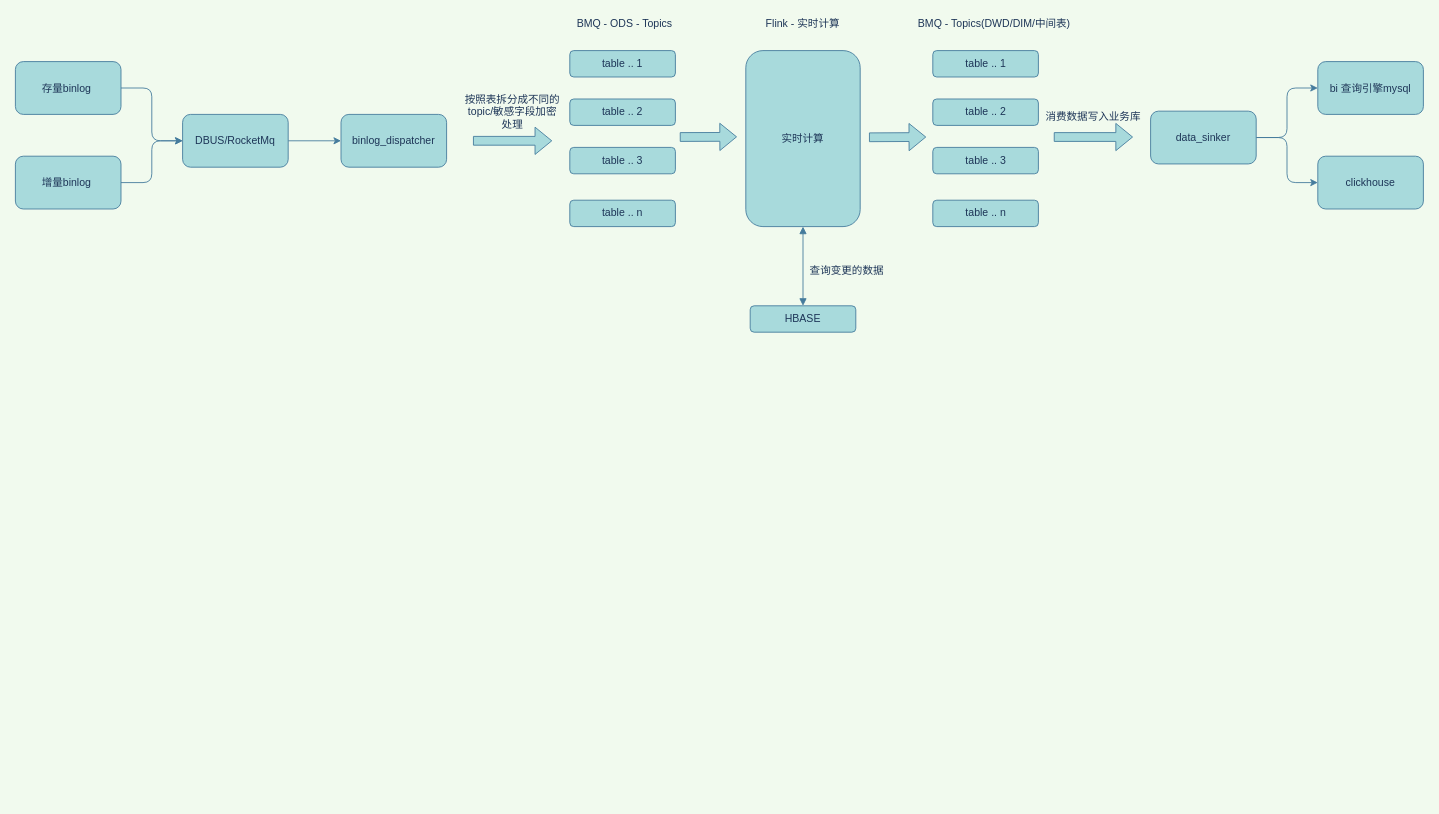
The draw.io diagram real_time_etl.drawio in cicelprg/drawio, before the edit. Source tidied: cells renumbered, new cells numbered last; positions are measured from the earlier drawing's top-left corner, leaving out a move shared by most shapes. Both pictures are drawn from the tidied source at 88%, with x=0, y=0 at pixel (15, 15).
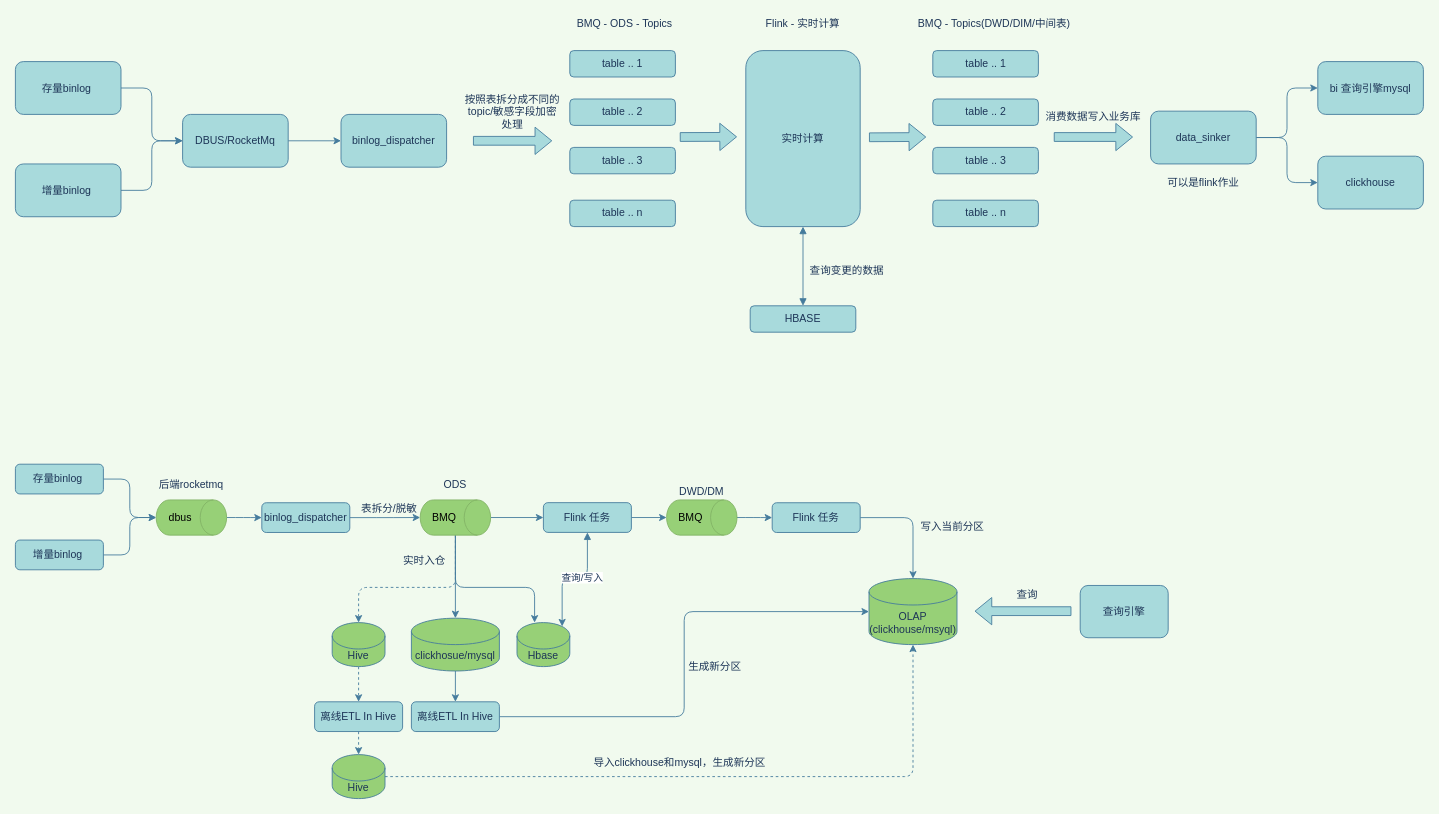
The same diagram, later.

What changed in the source:
```diff
@@
     <mxCell id="23" value="增量binlog&amp;nbsp;" style="rounded=1;whiteSpace=wrap;html=1;sketch=0;strokeColor=#457B9D;fillColor=#A8DADC;fontColor=#1D3557;" parent="1" vertex="1">
-      <mxGeometry y="160" width="120" height="60" as="geometry" />
+      <mxGeometry y="168.8" width="120" height="60" as="geometry" />
     </mxCell>
@@
+    <mxCell id="35" value="可以是flink作业" style="text;html=1;strokeColor=none;fillColor=none;align=center;verticalAlign=middle;whiteSpace=wrap;rounded=0;sketch=0;fontColor=#1D3557;" parent="1" vertex="1">
+      <mxGeometry x="1305" y="180" width="90" height="20" as="geometry" />
+    </mxCell>
+    <mxCell id="36" style="edgeStyle=orthogonalEdgeStyle;curved=0;rounded=1;sketch=0;jettySize=auto;html=1;exitX=1;exitY=0.5;exitDx=0;exitDy=0;entryX=0.5;entryY=1;entryDx=0;entryDy=0;entryPerimeter=0;strokeColor=#457B9D;fillColor=#A8DADC;fontColor=#1D3557;" parent="1" edge="1" source="37" target="43">
+      <mxGeometry relative="1" as="geometry" />
+    </mxCell>
+    <mxCell id="37" value="增量binlog&amp;nbsp;" style="rounded=1;whiteSpace=wrap;html=1;sketch=0;strokeColor=#457B9D;fillColor=#A8DADC;fontColor=#1D3557;" parent="1" vertex="1">
+      <mxGeometry y="596.2" width="100" height="33.8" as="geometry" />
+    </mxCell>
+    <mxCell id="38" style="edgeStyle=orthogonalEdgeStyle;curved=0;rounded=1;sketch=0;jettySize=auto;html=1;exitX=1;exitY=0.5;exitDx=0;exitDy=0;entryX=0.5;entryY=1;entryDx=0;entryDy=0;entryPerimeter=0;strokeColor=#457B9D;fillColor=#A8DADC;fontColor=#1D3557;" parent="1" edge="1" source="39" target="43">
+      <mxGeometry relative="1" as="geometry" />
+    </mxCell>
+    <mxCell id="39" value="存量binlog&amp;nbsp;" style="rounded=1;whiteSpace=wrap;html=1;sketch=0;strokeColor=#457B9D;fillColor=#A8DADC;fontColor=#1D3557;" parent="1" vertex="1">
+      <mxGeometry y="510" width="100" height="33.8" as="geometry" />
+    </mxCell>
+    <mxCell id="40" style="edgeStyle=orthogonalEdgeStyle;curved=0;rounded=1;sketch=0;jettySize=auto;html=1;exitX=1;exitY=0.5;exitDx=0;exitDy=0;strokeColor=#457B9D;fillColor=#A8DADC;fontColor=#1D3557;" parent="1" edge="1" source="41" target="49">
+      <mxGeometry relative="1" as="geometry" />
+    </mxCell>
+    <mxCell id="41" value="&lt;span&gt;binlog_dispatcher&lt;/span&gt;" style="rounded=1;whiteSpace=wrap;html=1;sketch=0;strokeColor=#457B9D;fillColor=#A8DADC;fontColor=#1D3557;" parent="1" vertex="1">
+      <mxGeometry x="280" y="553.8" width="100" height="33.8" as="geometry" />
+    </mxCell>
+    <mxCell id="42" style="edgeStyle=orthogonalEdgeStyle;curved=0;rounded=1;sketch=0;jettySize=auto;html=1;exitX=0.5;exitY=0;exitDx=0;exitDy=0;exitPerimeter=0;entryX=0;entryY=0.5;entryDx=0;entryDy=0;strokeColor=#457B9D;fillColor=#A8DADC;fontColor=#1D3557;" parent="1" edge="1" source="43" target="41">
+      <mxGeometry relative="1" as="geometry" />
+    </mxCell>
+    <mxCell id="43" value="dbus" style="shape=cylinder3;whiteSpace=wrap;html=1;boundedLbl=1;backgroundOutline=1;size=15;rounded=0;sketch=0;strokeColor=#82b366;direction=south;fillColor=#97D077;" parent="1" vertex="1">
+      <mxGeometry x="160" y="550.6" width="80" height="40" as="geometry" />
+    </mxCell>
+    <mxCell id="44" value="后端rocketmq" style="text;html=1;strokeColor=none;fillColor=none;align=center;verticalAlign=middle;whiteSpace=wrap;rounded=0;sketch=0;fontColor=#1D3557;" parent="1" vertex="1">
+      <mxGeometry x="155" y="523.8" width="90" height="20" as="geometry" />
+    </mxCell>
+    <mxCell id="45" style="edgeStyle=orthogonalEdgeStyle;curved=0;rounded=1;sketch=0;jettySize=auto;html=1;exitX=1;exitY=0.5;exitDx=0;exitDy=0;exitPerimeter=0;entryX=0.5;entryY=0;entryDx=0;entryDy=0;entryPerimeter=0;strokeColor=#457B9D;fillColor=#A8DADC;fontColor=#1D3557;" parent="1" edge="1" source="49" target="55">
+      <mxGeometry relative="1" as="geometry" />
+    </mxCell>
+    <mxCell id="46" style="edgeStyle=orthogonalEdgeStyle;curved=0;rounded=1;sketch=0;jettySize=auto;html=1;exitX=1;exitY=0.5;exitDx=0;exitDy=0;exitPerimeter=0;entryX=0.5;entryY=0;entryDx=0;entryDy=0;entryPerimeter=0;strokeColor=#457B9D;fillColor=#A8DADC;fontColor=#1D3557;dashed=1;" parent="1" edge="1" source="49" target="53">
+      <mxGeometry relative="1" as="geometry">
+        <Array as="points">
+          <mxPoint x="500" y="650" />
+          <mxPoint x="390" y="650" />
+        </Array>
+      </mxGeometry>
+    </mxCell>
+    <mxCell id="47" style="edgeStyle=orthogonalEdgeStyle;curved=0;rounded=1;sketch=0;jettySize=auto;html=1;exitX=1;exitY=0.5;exitDx=0;exitDy=0;exitPerimeter=0;strokeColor=#457B9D;fillColor=#A8DADC;fontColor=#1D3557;" parent="1" edge="1" source="49" target="56">
+      <mxGeometry relative="1" as="geometry">
+        <Array as="points">
+          <mxPoint x="500" y="650" />
+          <mxPoint x="590" y="650" />
+        </Array>
+      </mxGeometry>
+    </mxCell>
+    <mxCell id="48" style="edgeStyle=orthogonalEdgeStyle;curved=0;rounded=1;sketch=0;jettySize=auto;html=1;exitX=0.5;exitY=0;exitDx=0;exitDy=0;exitPerimeter=0;strokeColor=#457B9D;fillColor=#A8DADC;fontColor=#1D3557;" parent="1" edge="1" source="49" target="60">
+      <mxGeometry relative="1" as="geometry" />
+    </mxCell>
+    <mxCell id="49" value="BMQ" style="shape=cylinder3;whiteSpace=wrap;html=1;boundedLbl=1;backgroundOutline=1;size=15;rounded=0;sketch=0;strokeColor=#82b366;direction=south;fillColor=#97D077;" parent="1" vertex="1">
+      <mxGeometry x="460" y="550.6" width="80" height="40" as="geometry" />
+    </mxCell>
+    <mxCell id="50" value="ODS" style="text;html=1;strokeColor=none;fillColor=none;align=center;verticalAlign=middle;whiteSpace=wrap;rounded=0;sketch=0;fontColor=#1D3557;" parent="1" vertex="1">
+      <mxGeometry x="480" y="523.8" width="40" height="20" as="geometry" />
+    </mxCell>
+    <mxCell id="51" value="表拆分/脱敏" style="text;html=1;strokeColor=none;fillColor=none;align=center;verticalAlign=middle;whiteSpace=wrap;rounded=0;sketch=0;fontColor=#1D3557;" parent="1" vertex="1">
+      <mxGeometry x="380" y="550.6" width="90" height="20" as="geometry" />
+    </mxCell>
+    <mxCell id="52" style="edgeStyle=orthogonalEdgeStyle;curved=0;rounded=1;sketch=0;jettySize=auto;html=1;exitX=0.5;exitY=1;exitDx=0;exitDy=0;exitPerimeter=0;entryX=0.5;entryY=0;entryDx=0;entryDy=0;startArrow=none;startFill=0;strokeColor=#457B9D;fillColor=#A8DADC;fontColor=#1D3557;dashed=1;" parent="1" edge="1" source="53" target="69">
+      <mxGeometry relative="1" as="geometry" />
+    </mxCell>
+    <mxCell id="53" value="Hive" style="shape=cylinder3;whiteSpace=wrap;html=1;boundedLbl=1;backgroundOutline=1;size=15;rounded=0;sketch=0;strokeColor=#457B9D;fillColor=#97D077;fontColor=#1D3557;" parent="1" vertex="1">
+      <mxGeometry x="360" y="690" width="60" height="50" as="geometry" />
+    </mxCell>
+    <mxCell id="54" style="edgeStyle=orthogonalEdgeStyle;curved=0;rounded=1;sketch=0;jettySize=auto;html=1;exitX=0.5;exitY=1;exitDx=0;exitDy=0;exitPerimeter=0;entryX=0.5;entryY=0;entryDx=0;entryDy=0;startArrow=none;startFill=0;strokeColor=#457B9D;fillColor=#A8DADC;fontColor=#1D3557;" parent="1" edge="1" source="55" target="74">
+      <mxGeometry relative="1" as="geometry" />
+    </mxCell>
+    <mxCell id="55" value="clickhosue/mysql" style="shape=cylinder3;whiteSpace=wrap;html=1;boundedLbl=1;backgroundOutline=1;size=15;rounded=0;sketch=0;strokeColor=#457B9D;fillColor=#97D077;fontColor=#1D3557;" parent="1" vertex="1">
+      <mxGeometry x="450" y="685" width="100" height="60" as="geometry" />
+    </mxCell>
+    <mxCell id="56" value="Hbase" style="shape=cylinder3;whiteSpace=wrap;html=1;boundedLbl=1;backgroundOutline=1;size=15;rounded=0;sketch=0;strokeColor=#457B9D;fillColor=#97D077;fontColor=#1D3557;" parent="1" vertex="1">
+      <mxGeometry x="570" y="690" width="60" height="50" as="geometry" />
+    </mxCell>
+    <mxCell id="57" style="edgeStyle=orthogonalEdgeStyle;curved=0;rounded=1;sketch=0;jettySize=auto;html=1;exitX=0.5;exitY=1;exitDx=0;exitDy=0;entryX=0.855;entryY=0;entryDx=0;entryDy=4.35;entryPerimeter=0;strokeColor=#457B9D;fillColor=#A8DADC;fontColor=#1D3557;startArrow=block;startFill=1;" parent="1" edge="1" source="60" target="56">
+      <mxGeometry relative="1" as="geometry" />
+    </mxCell>
+    <mxCell id="58" value="查询/写入" style="edgeLabel;html=1;align=center;verticalAlign=middle;fontColor=#1D3557;" parent="57" vertex="1">
+      <mxGeometry x="-0.14" relative="1" as="geometry" />
+    </mxCell>
+    <mxCell id="59" style="edgeStyle=orthogonalEdgeStyle;curved=0;rounded=1;sketch=0;jettySize=auto;html=1;exitX=1;exitY=0.5;exitDx=0;exitDy=0;entryX=0.5;entryY=1;entryDx=0;entryDy=0;entryPerimeter=0;startArrow=none;startFill=0;strokeColor=#457B9D;fillColor=#A8DADC;fontColor=#1D3557;" parent="1" edge="1" source="60" target="63">
+      <mxGeometry relative="1" as="geometry" />
+    </mxCell>
+    <mxCell id="60" value="Flink 任务" style="rounded=1;whiteSpace=wrap;html=1;sketch=0;strokeColor=#457B9D;fillColor=#A8DADC;fontColor=#1D3557;" parent="1" vertex="1">
+      <mxGeometry x="600" y="553.7" width="100" height="33.8" as="geometry" />
+    </mxCell>
+    <mxCell id="61" value="实时入仓" style="text;html=1;strokeColor=none;fillColor=none;align=center;verticalAlign=middle;whiteSpace=wrap;rounded=0;sketch=0;fontColor=#1D3557;" parent="1" vertex="1">
+      <mxGeometry x="430" y="610" width="70" height="20" as="geometry" />
+    </mxCell>
+    <mxCell id="62" style="edgeStyle=orthogonalEdgeStyle;curved=0;rounded=1;sketch=0;jettySize=auto;html=1;exitX=0.5;exitY=0;exitDx=0;exitDy=0;exitPerimeter=0;entryX=0;entryY=0.5;entryDx=0;entryDy=0;startArrow=none;startFill=0;strokeColor=#457B9D;fillColor=#A8DADC;fontColor=#1D3557;" parent="1" edge="1" source="63" target="67">
+      <mxGeometry relative="1" as="geometry" />
+    </mxCell>
+    <mxCell id="63" value="BMQ" style="shape=cylinder3;whiteSpace=wrap;html=1;boundedLbl=1;backgroundOutline=1;size=15;rounded=0;sketch=0;strokeColor=#82b366;direction=south;fillColor=#97D077;" parent="1" vertex="1">
+      <mxGeometry x="740" y="550.6" width="80" height="40" as="geometry" />
+    </mxCell>
+    <mxCell id="64" value="DWD/DM" style="text;html=1;strokeColor=none;fillColor=none;align=center;verticalAlign=middle;whiteSpace=wrap;rounded=0;sketch=0;fontColor=#1D3557;" parent="1" vertex="1">
+      <mxGeometry x="760" y="530.6" width="40" height="20" as="geometry" />
+    </mxCell>
+    <mxCell id="65" value="OLAP&lt;br&gt;(clickhouse/msyql)" style="shape=cylinder3;whiteSpace=wrap;html=1;boundedLbl=1;backgroundOutline=1;size=15;rounded=0;sketch=0;strokeColor=#457B9D;fillColor=#97D077;fontColor=#1D3557;" parent="1" vertex="1">
+      <mxGeometry x="970" y="640" width="100" height="75" as="geometry" />
+    </mxCell>
+    <mxCell id="66" style="edgeStyle=orthogonalEdgeStyle;curved=0;rounded=1;sketch=0;jettySize=auto;html=1;exitX=1;exitY=0.5;exitDx=0;exitDy=0;entryX=0.5;entryY=0;entryDx=0;entryDy=0;entryPerimeter=0;startArrow=none;startFill=0;strokeColor=#457B9D;fillColor=#A8DADC;fontColor=#1D3557;" parent="1" edge="1" source="67" target="65">
+      <mxGeometry relative="1" as="geometry" />
+    </mxCell>
+    <mxCell id="67" value="Flink 任务" style="rounded=1;whiteSpace=wrap;html=1;sketch=0;strokeColor=#457B9D;fillColor=#A8DADC;fontColor=#1D3557;" parent="1" vertex="1">
+      <mxGeometry x="860" y="553.8" width="100" height="33.8" as="geometry" />
+    </mxCell>
+    <mxCell id="68" style="edgeStyle=orthogonalEdgeStyle;curved=0;rounded=1;sketch=0;jettySize=auto;html=1;exitX=0.5;exitY=1;exitDx=0;exitDy=0;entryX=0.5;entryY=0;entryDx=0;entryDy=0;entryPerimeter=0;dashed=1;startArrow=none;startFill=0;strokeColor=#457B9D;fillColor=#A8DADC;fontColor=#1D3557;" parent="1" edge="1" source="69" target="71">
+      <mxGeometry relative="1" as="geometry" />
+    </mxCell>
+    <mxCell id="69" value="离线ETL In Hive" style="rounded=1;whiteSpace=wrap;html=1;sketch=0;strokeColor=#457B9D;fillColor=#A8DADC;fontColor=#1D3557;" parent="1" vertex="1">
+      <mxGeometry x="340" y="780" width="100" height="33.8" as="geometry" />
+    </mxCell>
+    <mxCell id="70" style="edgeStyle=orthogonalEdgeStyle;curved=0;rounded=1;sketch=0;jettySize=auto;html=1;exitX=1;exitY=0.5;exitDx=0;exitDy=0;exitPerimeter=0;entryX=0.5;entryY=1;entryDx=0;entryDy=0;entryPerimeter=0;dashed=1;startArrow=none;startFill=0;strokeColor=#457B9D;fillColor=#A8DADC;fontColor=#1D3557;" parent="1" edge="1" source="71" target="65">
+      <mxGeometry relative="1" as="geometry" />
+    </mxCell>
+    <mxCell id="71" value="Hive" style="shape=cylinder3;whiteSpace=wrap;html=1;boundedLbl=1;backgroundOutline=1;size=15;rounded=0;sketch=0;strokeColor=#457B9D;fillColor=#97D077;fontColor=#1D3557;" parent="1" vertex="1">
+      <mxGeometry x="360" y="840" width="60" height="50" as="geometry" />
+    </mxCell>
+    <mxCell id="72" value="导入clickhouse和mysql，生成新分区" style="text;html=1;strokeColor=none;fillColor=none;align=center;verticalAlign=middle;whiteSpace=wrap;rounded=0;sketch=0;fontColor=#1D3557;" parent="1" vertex="1">
+      <mxGeometry x="650" y="840" width="210" height="20" as="geometry" />
+    </mxCell>
+    <mxCell id="73" style="edgeStyle=orthogonalEdgeStyle;curved=0;rounded=1;sketch=0;jettySize=auto;html=1;exitX=1;exitY=0.5;exitDx=0;exitDy=0;entryX=0;entryY=0.5;entryDx=0;entryDy=0;entryPerimeter=0;startArrow=none;startFill=0;strokeColor=#457B9D;fillColor=#A8DADC;fontColor=#1D3557;" parent="1" edge="1" source="74" target="65">
+      <mxGeometry relative="1" as="geometry" />
+    </mxCell>
+    <mxCell id="74" value="离线ETL In Hive" style="rounded=1;whiteSpace=wrap;html=1;sketch=0;strokeColor=#457B9D;fillColor=#A8DADC;fontColor=#1D3557;" parent="1" vertex="1">
+      <mxGeometry x="450" y="780" width="100" height="33.8" as="geometry" />
+    </mxCell>
+    <mxCell id="75" value="查询引擎" style="rounded=1;whiteSpace=wrap;html=1;sketch=0;strokeColor=#457B9D;fillColor=#A8DADC;fontColor=#1D3557;" parent="1" vertex="1">
+      <mxGeometry x="1210" y="647.8" width="100" height="59.4" as="geometry" />
+    </mxCell>
+    <mxCell id="76" value="生成新分区" style="text;html=1;strokeColor=none;fillColor=none;align=center;verticalAlign=middle;whiteSpace=wrap;rounded=0;sketch=0;fontColor=#1D3557;" parent="1" vertex="1">
+      <mxGeometry x="760" y="730" width="70" height="20" as="geometry" />
+    </mxCell>
+    <mxCell id="77" value="写入当前分区" style="text;html=1;strokeColor=none;fillColor=none;align=center;verticalAlign=middle;whiteSpace=wrap;rounded=0;sketch=0;fontColor=#1D3557;" parent="1" vertex="1">
+      <mxGeometry x="1020" y="570.6" width="90" height="20" as="geometry" />
+    </mxCell>
+    <mxCell id="78" style="shape=flexArrow;endArrow=classic;html=1;strokeColor=#457B9D;fillColor=#A8DADC;fontColor=#1D3557;" parent="1" edge="1">
+      <mxGeometry relative="1" as="geometry">
+        <mxPoint x="1200" y="677" as="sourcePoint" />
+        <mxPoint x="1090" y="677" as="targetPoint" />
+      </mxGeometry>
+    </mxCell>
+    <mxCell id="79" value="查询" style="text;html=1;strokeColor=none;fillColor=none;align=center;verticalAlign=middle;whiteSpace=wrap;rounded=0;sketch=0;fontColor=#1D3557;" parent="1" vertex="1">
+      <mxGeometry x="1130" y="648" width="40" height="20" as="geometry" />
+    </mxCell>
```
